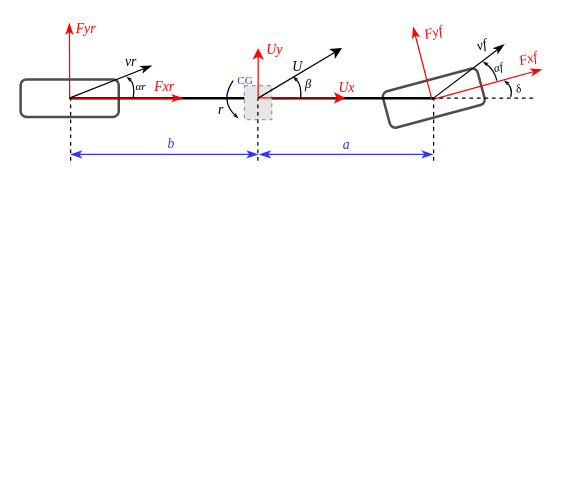
This is page "bicycle model" (3 of 3) of 2021_ITSC_Gao_Longitudinal Speed Preview/friction circle.drawio from LimingGao/draw_io, a draw.io file, before an edit. Source tidied: cells renumbered, new cells numbered last; positions are measured from the earlier drawing's top-left corner, leaving out a move shared by most shapes. Both pictures are drawn from the tidied source at 125%, with x=0, y=0 at pixel (20, 10). Pictures stored in the file or linked from it are replaced by grey dashed boxes.
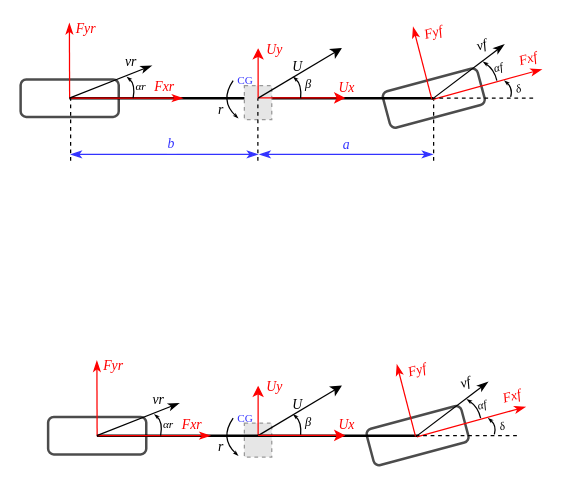
After the change.

Diff of the diagram source:
```diff
@@
+    <mxCell id="45" style="rounded=1;strokeColor=#000000;strokeWidth=2;fillColor=#ffffff;gradientColor=#ffffff;fontSize=10;opacity=70;align=left;rotation=-15;" parent="1" vertex="1">
+      <mxGeometry x="278.3" y="325" width="78.5" height="30" as="geometry" />
+    </mxCell>
+    <mxCell id="46" style="rounded=1;strokeColor=#000000;strokeWidth=2;fillColor=#ffffff;gradientColor=#ffffff;fontSize=10;opacity=70;align=left;" parent="1" vertex="1">
+      <mxGeometry x="22" y="325" width="78.5" height="30" as="geometry" />
+    </mxCell>
+    <mxCell id="47" style="fillColor=#E6E6E6;strokeColor=#999999;dashed=1;verticalLabelPosition=bottom;labelBackgroundColor=#ffffff;verticalAlign=top;" parent="1" vertex="1">
+      <mxGeometry x="179" y="330" width="21.9" height="27.2" as="geometry" />
+    </mxCell>
+    <mxCell id="48" style="endArrow=classic;startArrow=none;startFill=0;strokeColor=#FF0000;fontStyle=2;" parent="1" edge="1">
+      <mxGeometry relative="1" as="geometry">
+        <mxPoint x="190" y="340" as="sourcePoint" />
+        <mxPoint x="190" y="300" as="targetPoint" />
+      </mxGeometry>
+    </mxCell>
+    <mxCell id="49" value="Uy" style="edgeLabel;align=center;verticalAlign=middle;fontFamily=Times New Roman;fontColor=#FF0000;fontStyle=2;" parent="48" vertex="1">
+      <mxGeometry x="0.65" relative="1" as="geometry">
+        <mxPoint x="13" y="-7" as="offset" />
+      </mxGeometry>
+    </mxCell>
+    <mxCell id="50" style="endArrow=classic;startArrow=none;startFill=0;" parent="1" edge="1">
+      <mxGeometry relative="1" as="geometry">
+        <mxPoint x="190" y="340" as="sourcePoint" />
+        <mxPoint x="257" y="300" as="targetPoint" />
+      </mxGeometry>
+    </mxCell>
+    <mxCell id="51" value="Ux" style="edgeLabel;align=center;verticalAlign=middle;fontFamily=Times New Roman;fontColor=#FF0000;labelBackgroundColor=none;fontStyle=2;" parent="50" vertex="1">
+      <mxGeometry x="0.65" relative="1" as="geometry">
+        <mxPoint x="15.7" y="23.3" as="offset" />
+      </mxGeometry>
+    </mxCell>
+    <mxCell id="52" style="group;" parent="1" vertex="1">
+      <mxGeometry x="46" y="290" width="70" height="90" as="geometry" />
+    </mxCell>
+    <mxCell id="53" style="endArrow=none;fontSize=10;strokeWidth=2;" parent="52" edge="1">
+      <mxGeometry relative="1" as="geometry">
+        <mxPoint x="15" y="50" as="sourcePoint" />
+        <mxPoint x="272" y="50" as="targetPoint" />
+      </mxGeometry>
+    </mxCell>
+    <mxCell id="54" style="endArrow=classicThin;startArrow=none;startFill=0;strokeColor=#FF0000;endFill=1;" parent="52" edge="1">
+      <mxGeometry relative="1" as="geometry">
+        <mxPoint x="15.2" y="50" as="sourcePoint" />
+        <mxPoint x="15" y="-10" as="targetPoint" />
+      </mxGeometry>
+    </mxCell>
+    <mxCell id="55" value="Fyr" style="edgeLabel;align=center;verticalAlign=middle;fontFamily=Times New Roman;fontColor=#FF0000;fontStyle=2;" parent="54" vertex="1">
+      <mxGeometry x="0.65" relative="1" as="geometry">
+        <mxPoint x="13" y="-7" as="offset" />
+      </mxGeometry>
+    </mxCell>
+    <mxCell id="56" style="endArrow=classicThin;startArrow=none;startFill=0;strokeColor=#FF0000;endFill=1;" parent="52" edge="1">
+      <mxGeometry relative="1" as="geometry">
+        <mxPoint x="15.2" y="50" as="sourcePoint" />
+        <mxPoint x="106" y="50" as="targetPoint" />
+      </mxGeometry>
+    </mxCell>
+    <mxCell id="57" value="Fxr" style="edgeLabel;align=center;verticalAlign=middle;fontFamily=Times New Roman;fontColor=#FF0000;labelBackgroundColor=none;fontStyle=2;" parent="56" vertex="1">
+      <mxGeometry x="0.63" y="-2" relative="1" as="geometry">
+        <mxPoint x="1.7" y="-11.8" as="offset" />
+      </mxGeometry>
+    </mxCell>
+    <mxCell id="58" style="endArrow=classicThin;startArrow=none;startFill=0;endFill=1;" parent="52" edge="1">
+      <mxGeometry relative="1" as="geometry">
+        <mxPoint x="15" y="50" as="sourcePoint" />
+        <mxPoint x="81" y="24" as="targetPoint" />
+      </mxGeometry>
+    </mxCell>
+    <mxCell id="59" value="vr" style="edgeLabel;align=center;verticalAlign=middle;fontFamily=Times New Roman;labelBackgroundColor=none;fontStyle=2;" parent="52" vertex="1">
+      <mxGeometry x="78" y="16" as="geometry">
+        <mxPoint x="-14" y="4" as="offset" />
+      </mxGeometry>
+    </mxCell>
+    <mxCell id="60" style="curved=1;endArrow=classicThin;strokeColor=#000000;fontFamily=Times New Roman;fontColor=#FF0000;endFill=1;endSize=1;" parent="52" edge="1">
+      <mxGeometry relative="1" as="geometry">
+        <mxPoint x="66" y="50" as="sourcePoint" />
+        <mxPoint x="61" y="33" as="targetPoint" />
+        <Array as="points">
+          <mxPoint x="68" y="39" />
+        </Array>
+      </mxGeometry>
+    </mxCell>
+    <mxCell id="61" value="αr" style="edgeLabel;align=center;verticalAlign=middle;fontFamily=Times New Roman;fontSize=9;labelBackgroundColor=none;fontStyle=2;" parent="52" vertex="1">
+      <mxGeometry x="72" y="40" as="geometry" />
+    </mxCell>
+    <mxCell id="62" style="group;rotation=-15;" parent="1" vertex="1">
+      <mxGeometry x="320" y="270" width="91" height="60" as="geometry" />
+    </mxCell>
+    <mxCell id="63" style="endArrow=classicThin;startArrow=none;startFill=0;strokeColor=#FF0000;endFill=1;" parent="62" edge="1">
+      <mxGeometry relative="1" as="geometry">
+        <mxPoint x="-4" y="71" as="sourcePoint" />
+        <mxPoint x="-19" y="13" as="targetPoint" />
+      </mxGeometry>
+    </mxCell>
+    <mxCell id="64" value="Fyf" style="edgeLabel;align=center;verticalAlign=middle;fontFamily=Times New Roman;fontColor=#FF0000;rotation=-15;fontStyle=2;" parent="63" vertex="1">
+      <mxGeometry x="0.65" relative="1" as="geometry">
+        <mxPoint x="13" y="-7" as="offset" />
+      </mxGeometry>
+    </mxCell>
+    <mxCell id="65" style="endArrow=classicThin;startArrow=none;startFill=0;strokeColor=#FF0000;endFill=1;" parent="62" edge="1">
+      <mxGeometry relative="1" as="geometry">
+        <mxPoint x="-3" y="71" as="sourcePoint" />
+        <mxPoint x="84" y="47" as="targetPoint" />
+      </mxGeometry>
+    </mxCell>
+    <mxCell id="66" value="Fxf" style="edgeLabel;align=center;verticalAlign=middle;fontFamily=Times New Roman;fontColor=#FF0000;labelBackgroundColor=none;rotation=-15;fontStyle=2;" parent="65" vertex="1">
+      <mxGeometry x="0.63" y="-2" relative="1" as="geometry">
+        <mxPoint x="3.7" y="-15.8" as="offset" />
+      </mxGeometry>
+    </mxCell>
+    <mxCell id="67" style="endArrow=classicThin;startArrow=none;startFill=0;endFill=1;" parent="62" edge="1">
+      <mxGeometry relative="1" as="geometry">
+        <mxPoint x="-4" y="71" as="sourcePoint" />
+        <mxPoint x="54" y="27" as="targetPoint" />
+      </mxGeometry>
+    </mxCell>
+    <mxCell id="68" value="vf" style="edgeLabel;align=center;verticalAlign=middle;fontFamily=Times New Roman;labelBackgroundColor=none;rotation=-15;fontStyle=2;" parent="62" vertex="1">
+      <mxGeometry x="48" y="19" as="geometry">
+        <mxPoint x="-14" y="4" as="offset" />
+      </mxGeometry>
+    </mxCell>
+    <mxCell id="69" style="curved=1;endArrow=classicThin;strokeColor=#000000;fontFamily=Times New Roman;fontColor=#FF0000;endFill=1;endSize=1;" parent="62" edge="1">
+      <mxGeometry relative="1" as="geometry">
+        <mxPoint x="48" y="56" as="sourcePoint" />
+        <mxPoint x="37" y="41" as="targetPoint" />
+        <Array as="points">
+          <mxPoint x="46" y="47" />
+        </Array>
+      </mxGeometry>
+    </mxCell>
+    <mxCell id="70" value="αf" style="edgeLabel;align=center;verticalAlign=middle;fontFamily=Times New Roman;fontSize=9;labelBackgroundColor=none;rotation=-15;fontStyle=2;" parent="62" vertex="1">
+      <mxGeometry x="51" y="49" as="geometry">
+        <mxPoint x="-0.9" y="-4.4" as="offset" />
+      </mxGeometry>
+    </mxCell>
+    <mxCell id="71" style="endArrow=none;dashed=1;strokeWidth=1;fontFamily=Times New Roman;fontSize=7;fontColor=#000000;" parent="1" edge="1">
+      <mxGeometry relative="1" as="geometry">
+        <mxPoint x="397" y="340" as="sourcePoint" />
+        <mxPoint x="317" y="340" as="targetPoint" />
+      </mxGeometry>
+    </mxCell>
+    <mxCell id="72" value="δ" style="edgeLabel;align=center;verticalAlign=middle;fontFamily=Times New Roman;fontSize=9;labelBackgroundColor=none;rotation=-15;fontStyle=2;" parent="1" vertex="1">
+      <mxGeometry x="387" y="336" as="geometry">
+        <mxPoint x="-0.9" y="-4.4" as="offset" />
+      </mxGeometry>
+    </mxCell>
+    <mxCell id="73" value="CG" style="text;align=center;verticalAlign=middle;points=[];fillColor=none;strokeColor=none;rounded=0;labelBackgroundColor=none;fontFamily=Times New Roman;fontSize=9;fontColor=#3333FF;" parent="1" vertex="1">
+      <mxGeometry x="165" y="316" width="30" height="20" as="geometry" />
+    </mxCell>
+    <mxCell id="74" style="curved=1;endArrow=classicThin;strokeColor=#000000;fontFamily=Times New Roman;fontColor=#FF0000;endFill=1;endSize=1;" parent="1" edge="1">
+      <mxGeometry relative="1" as="geometry">
+        <mxPoint x="224" y="340" as="sourcePoint" />
+        <mxPoint x="218" y="323" as="targetPoint" />
+        <Array as="points">
+          <mxPoint x="225" y="329" />
+        </Array>
+      </mxGeometry>
+    </mxCell>
+    <mxCell id="75" value="β" style="edgeLabel;align=center;verticalAlign=middle;fontFamily=Times New Roman;fontStyle=2;fontSize=10;" parent="1" vertex="1">
+      <mxGeometry x="232.9" y="328" as="geometry">
+        <mxPoint x="-3" as="offset" />
+      </mxGeometry>
+    </mxCell>
+    <mxCell id="76" style="curved=1;endArrow=classicThin;strokeColor=#000000;fontFamily=Times New Roman;fontColor=#FF0000;endFill=1;endSize=1;exitX=0.167;exitY=0.5;exitDx=0;exitDy=0;exitPerimeter=0;" parent="1" edge="1" source="73">
+      <mxGeometry relative="1" as="geometry">
+        <mxPoint x="174" y="356" as="targetPoint" />
+        <Array as="points">
+          <mxPoint x="159" y="342" />
+        </Array>
+      </mxGeometry>
+    </mxCell>
+    <mxCell id="77" value="r" style="edgeLabel;align=center;verticalAlign=middle;fontFamily=Times New Roman;fontStyle=2;fontSize=11;" parent="1" vertex="1">
+      <mxGeometry x="163" y="348" as="geometry">
+        <mxPoint x="-3" as="offset" />
+      </mxGeometry>
+    </mxCell>
+    <mxCell id="78" style="curved=1;endArrow=classicThin;strokeColor=#000000;fontFamily=Times New Roman;fontColor=#FF0000;endFill=1;endSize=1;" parent="1" edge="1">
+      <mxGeometry relative="1" as="geometry">
+        <mxPoint x="379" y="339" as="sourcePoint" />
+        <mxPoint x="374" y="326" as="targetPoint" />
+        <Array as="points">
+          <mxPoint x="381" y="332" />
+        </Array>
+      </mxGeometry>
+    </mxCell>
+    <mxCell id="79" style="endArrow=classic;startArrow=none;startFill=0;strokeColor=#FF0000;fontStyle=2;" parent="1" edge="1">
+      <mxGeometry relative="1" as="geometry">
+        <mxPoint x="190" y="339.8" as="sourcePoint" />
+        <mxPoint x="259.8" y="339.8" as="targetPoint" />
+      </mxGeometry>
+    </mxCell>
+    <mxCell id="80" value="U" style="edgeLabel;align=center;verticalAlign=middle;fontFamily=Times New Roman;fontStyle=2;labelBackgroundColor=none;" parent="79" vertex="1">
+      <mxGeometry x="0.65" relative="1" as="geometry">
+        <mxPoint x="-26.7" y="-25.8" as="offset" />
+      </mxGeometry>
+    </mxCell>
```
